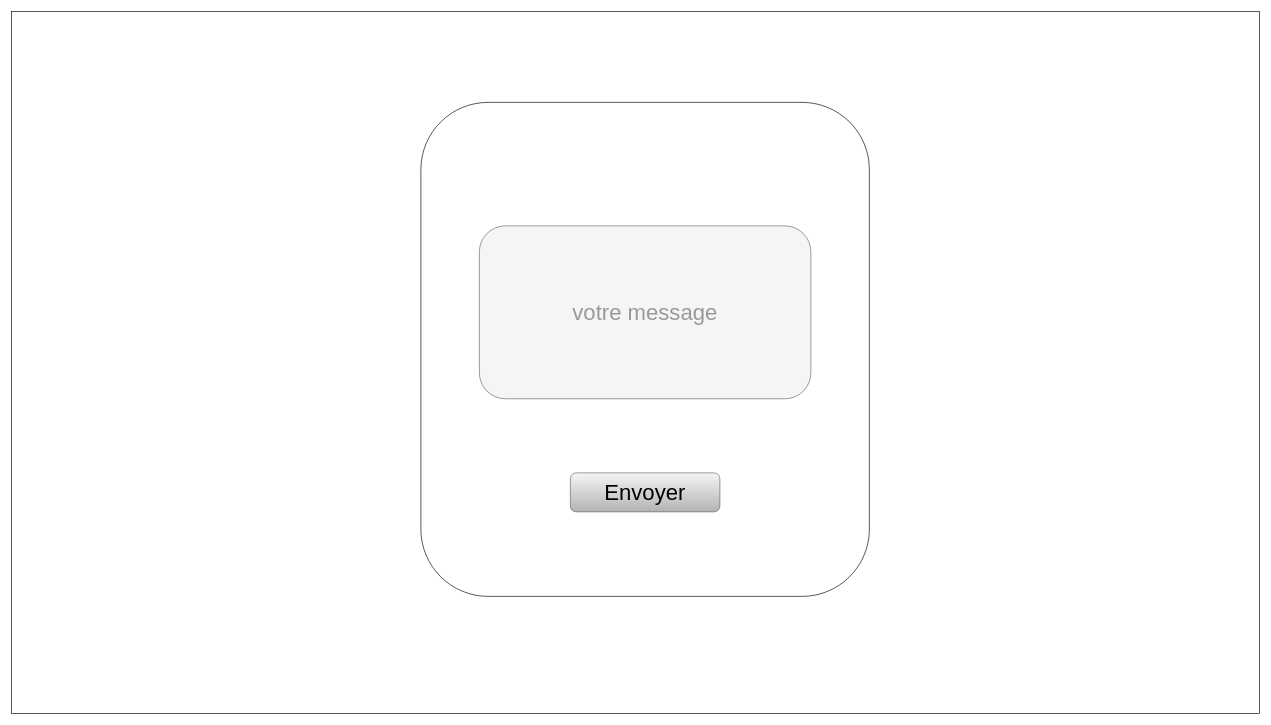
Earlier version of the draw.io diagram page "Contact" (4 of 8) of zoning.drawio (BenyOblomov/burger). Source tidied: cells renumbered, new cells numbered last; positions are measured from the earlier drawing's top-left corner, leaving out a move shared by most shapes. Both pictures are drawn from the tidied source at 65%, with x=0, y=0 at pixel (11, 11).
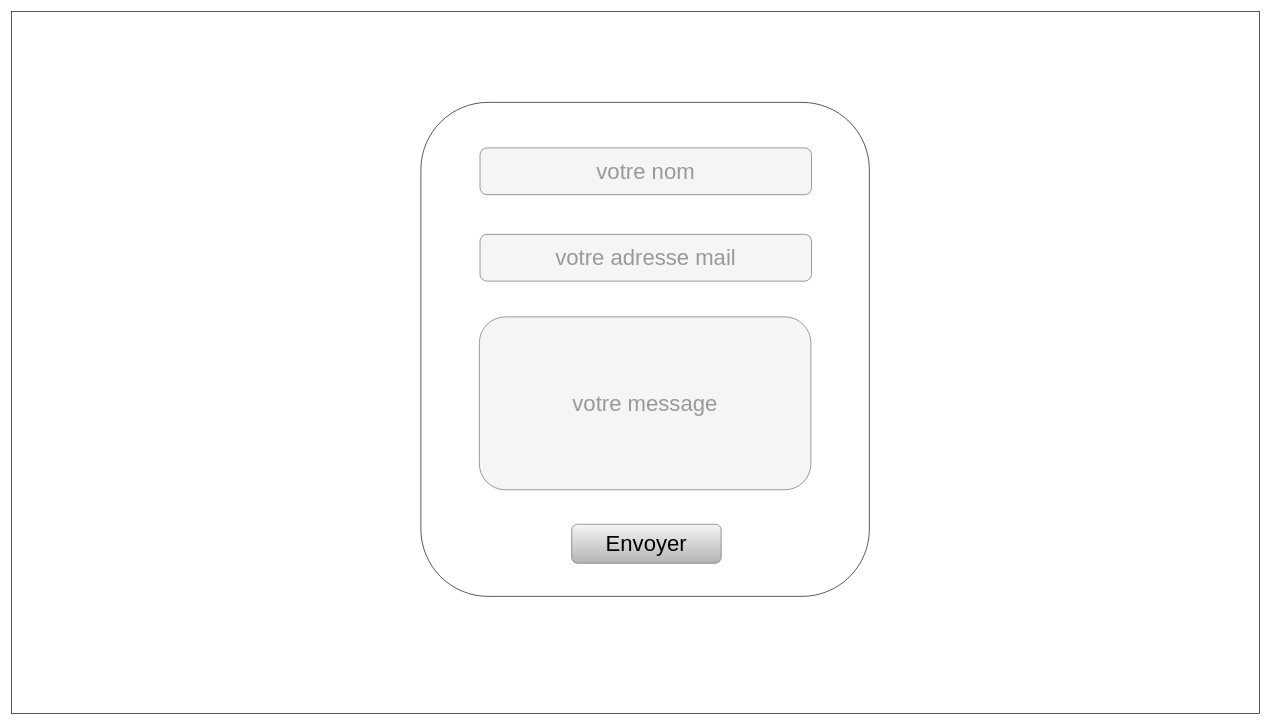
After the change.

What changed in the source:
```diff
@@
 <mxGraphModel>
   <root>
     <mxCell id="0" />
     <mxCell id="1" parent="0" />
     <mxCell id="2" style="rounded=0;whiteSpace=wrap;html=1;fontFamily=Helvetica;fontSize=34;fontColor=#FFFFFF;" parent="1" vertex="1">
       <mxGeometry width="1920" height="1080" as="geometry" />
     </mxCell>
     <mxCell id="3" style="rounded=1;whiteSpace=wrap;html=1;fontFamily=Helvetica;fontSize=34;fontColor=#FFFFFF;" parent="1" vertex="1">
       <mxGeometry x="630" y="140" width="690" height="760" as="geometry" />
     </mxCell>
     <mxCell id="4" value="votre message" style="rounded=1;whiteSpace=wrap;html=1;fontFamily=Helvetica;fontSize=34;fillColor=#f5f5f5;strokeColor=#666666;fontColor=#999999;" parent="1" vertex="1">
-      <mxGeometry x="720" y="330" width="510" height="266" as="geometry" />
+      <mxGeometry x="720" y="470" width="510" height="266" as="geometry" />
     </mxCell>
     <mxCell id="5" value="Envoyer" style="rounded=1;whiteSpace=wrap;html=1;fontFamily=Helvetica;fontSize=34;fillColor=#f5f5f5;gradientColor=#b3b3b3;strokeColor=#666666;fontColor=#000000;" parent="1" vertex="1">
-      <mxGeometry x="860" y="710" width="230" height="60" as="geometry" />
+      <mxGeometry x="862" y="789" width="230" height="60" as="geometry" />
     </mxCell>
+    <mxCell id="6" value="votre adresse mail" style="rounded=1;whiteSpace=wrap;html=1;fontFamily=Helvetica;fontSize=34;fillColor=#f5f5f5;strokeColor=#666666;fontColor=#999999;" parent="1" vertex="1">
+      <mxGeometry x="721" y="343" width="510" height="72" as="geometry" />
+    </mxCell>
+    <mxCell id="7" value="votre nom" style="rounded=1;whiteSpace=wrap;html=1;fontFamily=Helvetica;fontSize=34;fillColor=#f5f5f5;strokeColor=#666666;fontColor=#999999;" parent="1" vertex="1">
+      <mxGeometry x="721" y="210" width="510" height="72" as="geometry" />
+    </mxCell>
   </root>
 </mxGraphModel>
```
